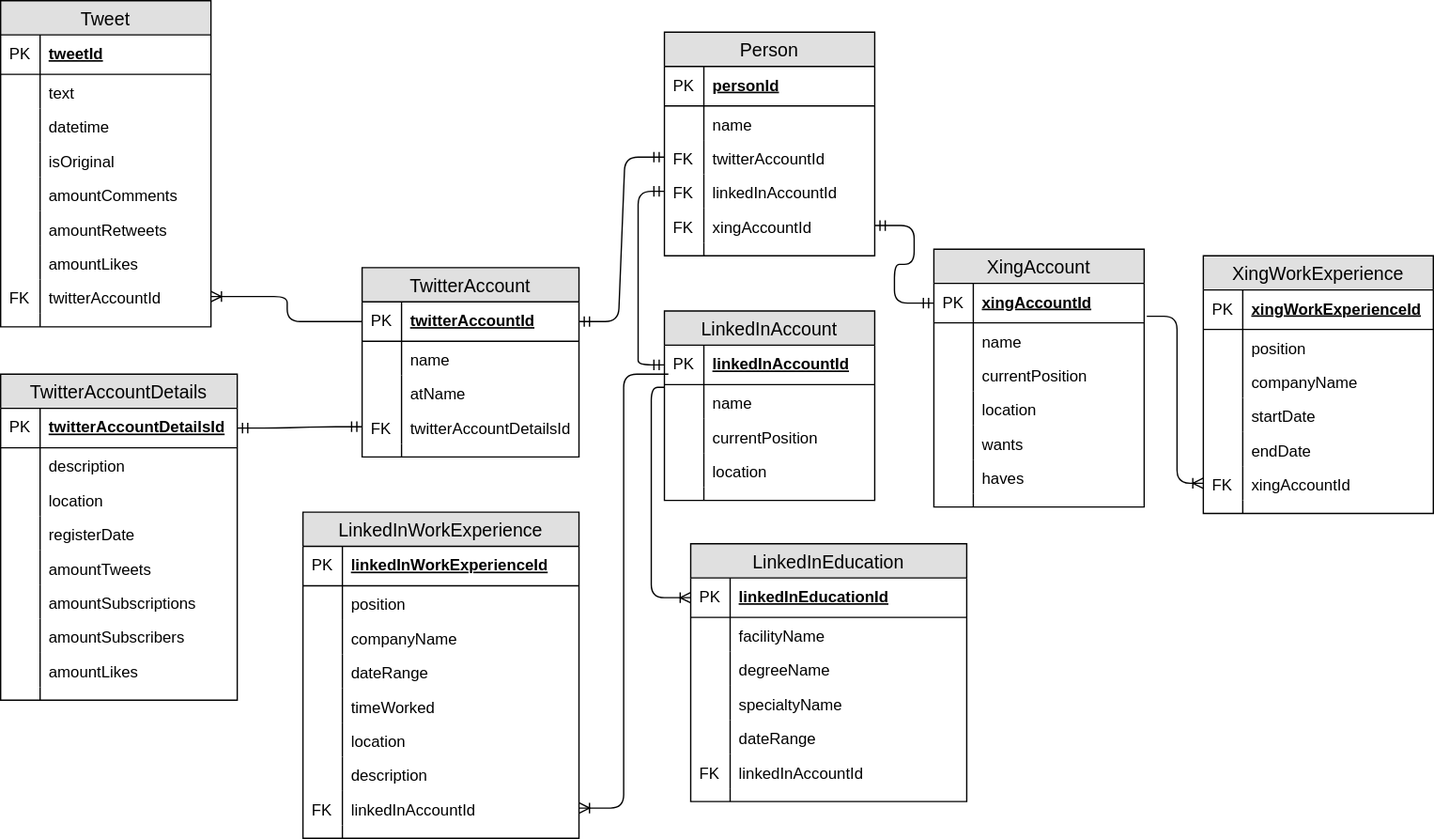
The draw.io diagram database.svg in dmitrijbozhkov/SocialMediaScraper, before a commit. Source tidied: cells renumbered, new cells last; positions are measured from the earlier drawing's top-left corner, leaving out a move shared by most shapes.
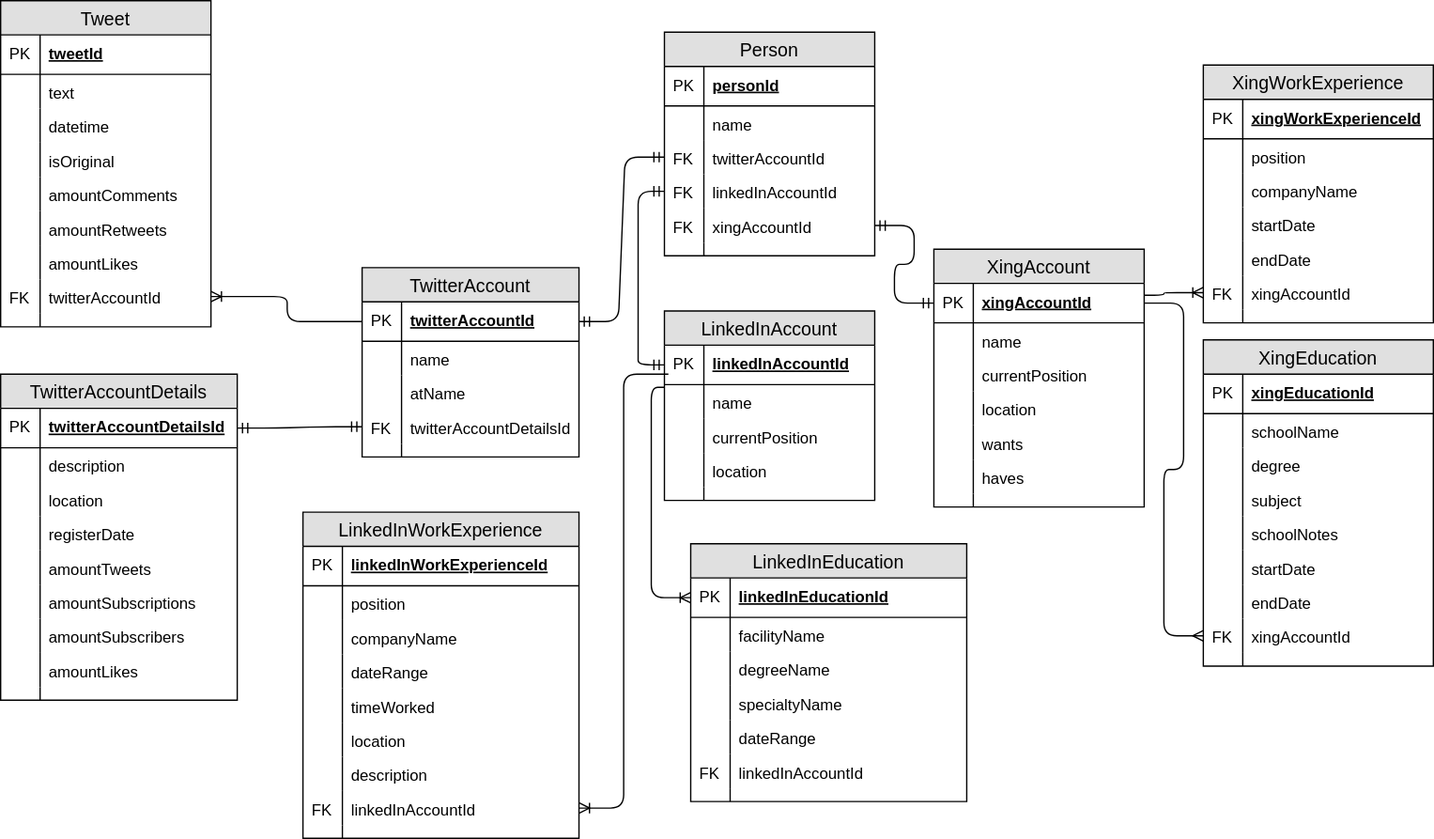
The same diagram one commit later.

The edit, as a diff of the source:
```diff
@@ -369,7 +369,7 @@
       <mxGeometry width="30" height="10" as="geometry" />
     </mxCell>
     <mxCell id="124" value="XingWorkExperience" style="swimlane;fontStyle=0;horizontal=1;startSize=26;fillColor=#e0e0e0;swimlaneFillColor=#ffffff;align=center;fontSize=14;" parent="1" vertex="1">
-      <mxGeometry x="915" y="194" width="175" height="196" as="geometry" />
+      <mxGeometry x="915" y="49" width="175" height="196" as="geometry" />
     </mxCell>
     <mxCell id="125" value="xingWorkExperienceId" style="shape=partialRectangle;top=0;left=0;right=0;bottom=1;align=left;verticalAlign=middle;fillColor=none;spacingLeft=34;spacingRight=4;overflow=hidden;fontStyle=5;fontSize=12;" parent="124" vertex="1">
       <mxGeometry y="26" width="175" height="30" as="geometry" />
@@ -448,12 +448,72 @@
         </Array>
       </mxGeometry>
     </mxCell>
-    <mxCell id="146" style="edgeStyle=elbowEdgeStyle;fontSize=12;html=1;endArrow=ERoneToMany;entryX=0;entryY=0.5;entryDx=0;entryDy=0;exitX=1.013;exitY=0.833;exitDx=0;exitDy=0;exitPerimeter=0;" parent="1" edge="1" source="46" target="135">
+    <mxCell id="146" style="edgeStyle=elbowEdgeStyle;fontSize=12;html=1;endArrow=ERoneToMany;entryX=0;entryY=0.5;entryDx=0;entryDy=0;exitX=1;exitY=0.3;exitDx=0;exitDy=0;exitPerimeter=0;" parent="1" edge="1" source="46" target="135">
       <mxGeometry relative="1" as="geometry">
         <Array as="points">
-          <mxPoint x="895" y="314" />
+          <mxPoint x="885" y="214" />
         </Array>
       </mxGeometry>
     </mxCell>
+    <mxCell id="147" value="XingEducation" style="swimlane;fontStyle=0;horizontal=1;startSize=26;fillColor=#e0e0e0;swimlaneFillColor=#ffffff;align=center;fontSize=14;" parent="1" vertex="1">
+      <mxGeometry x="915" y="258" width="175" height="248" as="geometry" />
+    </mxCell>
+    <mxCell id="148" value="xingEducationId" style="shape=partialRectangle;top=0;left=0;right=0;bottom=1;align=left;verticalAlign=middle;fillColor=none;spacingLeft=34;spacingRight=4;overflow=hidden;fontStyle=5;fontSize=12;" parent="147" vertex="1">
+      <mxGeometry y="26" width="175" height="30" as="geometry" />
+    </mxCell>
+    <mxCell id="149" value="PK" style="shape=partialRectangle;top=0;left=0;bottom=0;fillColor=none;align=left;verticalAlign=middle;spacingLeft=4;spacingRight=4;overflow=hidden;fontSize=12;" parent="148" vertex="1">
+      <mxGeometry width="30" height="30" as="geometry" />
+    </mxCell>
+    <mxCell id="150" value="schoolName" style="shape=partialRectangle;top=0;left=0;right=0;bottom=0;align=left;verticalAlign=top;fillColor=none;spacingLeft=34;spacingRight=4;overflow=hidden;fontSize=12;" parent="147" vertex="1">
+      <mxGeometry y="56" width="175" height="26" as="geometry" />
+    </mxCell>
+    <mxCell id="151" style="shape=partialRectangle;top=0;left=0;bottom=0;fillColor=none;align=left;verticalAlign=top;spacingLeft=4;spacingRight=4;overflow=hidden;fontSize=12;" parent="150" vertex="1">
+      <mxGeometry width="30" height="26" as="geometry" />
+    </mxCell>
+    <mxCell id="152" value="degree" style="shape=partialRectangle;top=0;left=0;right=0;bottom=0;align=left;verticalAlign=top;fillColor=none;spacingLeft=34;spacingRight=4;overflow=hidden;fontSize=12;" parent="147" vertex="1">
+      <mxGeometry y="82" width="175" height="26" as="geometry" />
+    </mxCell>
+    <mxCell id="153" style="shape=partialRectangle;top=0;left=0;bottom=0;fillColor=none;align=left;verticalAlign=top;spacingLeft=4;spacingRight=4;overflow=hidden;fontSize=12;" parent="152" vertex="1">
+      <mxGeometry width="30" height="26" as="geometry" />
+    </mxCell>
+    <mxCell id="154" value="subject" style="shape=partialRectangle;top=0;left=0;right=0;bottom=0;align=left;verticalAlign=top;fillColor=none;spacingLeft=34;spacingRight=4;overflow=hidden;fontSize=12;" parent="147" vertex="1">
+      <mxGeometry y="108" width="175" height="26" as="geometry" />
+    </mxCell>
+    <mxCell id="155" style="shape=partialRectangle;top=0;left=0;bottom=0;fillColor=none;align=left;verticalAlign=top;spacingLeft=4;spacingRight=4;overflow=hidden;fontSize=12;" parent="154" vertex="1">
+      <mxGeometry width="30" height="26" as="geometry" />
+    </mxCell>
+    <mxCell id="156" value="schoolNotes" style="shape=partialRectangle;top=0;left=0;right=0;bottom=0;align=left;verticalAlign=top;fillColor=none;spacingLeft=34;spacingRight=4;overflow=hidden;fontSize=12;" parent="147" vertex="1">
+      <mxGeometry y="134" width="175" height="26" as="geometry" />
+    </mxCell>
+    <mxCell id="157" style="shape=partialRectangle;top=0;left=0;bottom=0;fillColor=none;align=left;verticalAlign=top;spacingLeft=4;spacingRight=4;overflow=hidden;fontSize=12;" parent="156" vertex="1">
+      <mxGeometry width="30" height="26" as="geometry" />
+    </mxCell>
+    <mxCell id="158" value="startDate" style="shape=partialRectangle;top=0;left=0;right=0;bottom=0;align=left;verticalAlign=top;fillColor=none;spacingLeft=34;spacingRight=4;overflow=hidden;fontSize=12;" parent="147" vertex="1">
+      <mxGeometry y="160" width="175" height="26" as="geometry" />
+    </mxCell>
+    <mxCell id="159" style="shape=partialRectangle;top=0;left=0;bottom=0;fillColor=none;align=left;verticalAlign=top;spacingLeft=4;spacingRight=4;overflow=hidden;fontSize=12;" parent="158" vertex="1">
+      <mxGeometry width="30" height="26" as="geometry" />
+    </mxCell>
+    <mxCell id="160" value="endDate" style="shape=partialRectangle;top=0;left=0;right=0;bottom=0;align=left;verticalAlign=top;fillColor=none;spacingLeft=34;spacingRight=4;overflow=hidden;fontSize=12;" parent="147" vertex="1">
+      <mxGeometry y="186" width="175" height="26" as="geometry" />
+    </mxCell>
+    <mxCell id="161" style="shape=partialRectangle;top=0;left=0;bottom=0;fillColor=none;align=left;verticalAlign=top;spacingLeft=4;spacingRight=4;overflow=hidden;fontSize=12;" parent="160" vertex="1">
+      <mxGeometry width="30" height="26" as="geometry" />
+    </mxCell>
+    <mxCell id="162" value="xingAccountId" style="shape=partialRectangle;top=0;left=0;right=0;bottom=0;align=left;verticalAlign=top;fillColor=none;spacingLeft=34;spacingRight=4;overflow=hidden;points=[[0,0.5],[1,0.5]];portConstraint=eastwest;fontSize=12;" parent="147" vertex="1">
+      <mxGeometry y="212" width="175" height="26" as="geometry" />
+    </mxCell>
+    <mxCell id="163" value="FK" style="shape=partialRectangle;top=0;left=0;bottom=0;fillColor=none;align=left;verticalAlign=top;spacingLeft=4;spacingRight=4;overflow=hidden;fontSize=12;" parent="162" vertex="1">
+      <mxGeometry width="30" height="26" as="geometry" />
+    </mxCell>
+    <mxCell id="164" style="shape=partialRectangle;top=0;left=0;right=0;bottom=0;align=left;verticalAlign=top;fillColor=none;spacingLeft=34;spacingRight=4;overflow=hidden;fontSize=12;" parent="147" vertex="1">
+      <mxGeometry y="238" width="175" height="10" as="geometry" />
+    </mxCell>
+    <mxCell id="165" style="shape=partialRectangle;top=0;left=0;bottom=0;fillColor=none;align=left;verticalAlign=top;spacingLeft=4;spacingRight=4;overflow=hidden;fontSize=12;" parent="164" vertex="1">
+      <mxGeometry width="30" height="10" as="geometry" />
+    </mxCell>
+    <mxCell id="166" style="edgeStyle=entityRelationEdgeStyle;fontSize=12;html=1;endArrow=ERmany;exitX=1;exitY=0.5;exitDx=0;exitDy=0;entryX=0;entryY=0.5;entryDx=0;entryDy=0;" parent="1" edge="1" source="46" target="162">
+      <mxGeometry relative="1" as="geometry" />
+    </mxCell>
   </root>
 </mxGraphModel>
```
